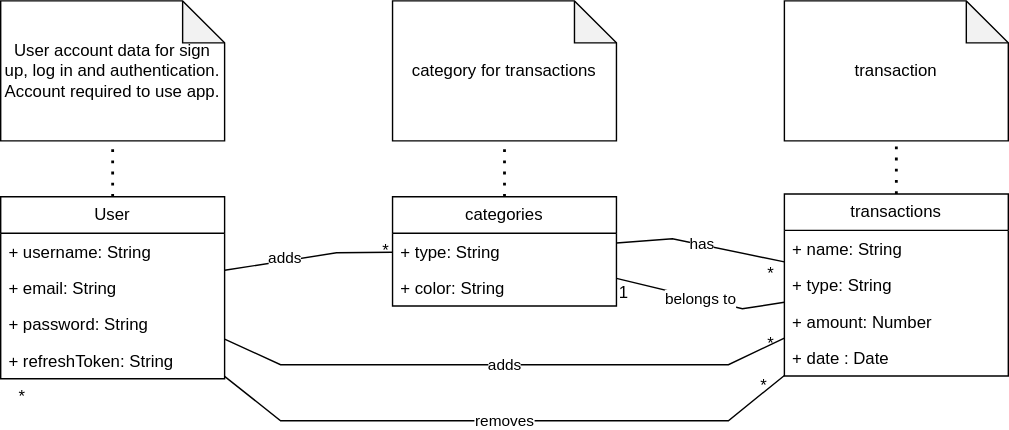
pucciorenzo/softengTesting keeps this draw.io diagram as diagrams/GlossaryV1.svg. Above is the earlier version. Source tidied: cells renumbered, new cells last; positions are measured from the earlier drawing's top-left corner, leaving out a move shared by most shapes. Source of this version:
```xml
<mxGraphModel>
  <root>
    <mxCell id="0" />
    <mxCell id="1" parent="0" />
    <mxCell id="2" value="User" style="swimlane;fontStyle=0;horizontal=1;startSize=26;fillColor=none;whiteSpace=wrap;html=1;" parent="1" vertex="1">
      <mxGeometry y="140" width="160" height="130" as="geometry" />
    </mxCell>
    <mxCell id="3" value="+ username: String" style="text;strokeColor=none;fillColor=none;align=left;verticalAlign=top;spacingLeft=4;spacingRight=4;overflow=hidden;whiteSpace=wrap;html=1;" parent="2" vertex="1">
      <mxGeometry y="26" width="160" height="26" as="geometry" />
    </mxCell>
    <mxCell id="4" value="+ email: String" style="text;strokeColor=none;fillColor=none;align=left;verticalAlign=top;spacingLeft=4;spacingRight=4;overflow=hidden;whiteSpace=wrap;html=1;" parent="2" vertex="1">
      <mxGeometry y="52" width="160" height="26" as="geometry" />
    </mxCell>
    <mxCell id="5" value="+ password: String" style="text;strokeColor=none;fillColor=none;align=left;verticalAlign=top;spacingLeft=4;spacingRight=4;overflow=hidden;whiteSpace=wrap;html=1;" parent="2" vertex="1">
      <mxGeometry y="78" width="160" height="26" as="geometry" />
    </mxCell>
    <mxCell id="6" value="+ refreshToken: String" style="text;strokeColor=none;fillColor=none;align=left;verticalAlign=top;spacingLeft=4;spacingRight=4;overflow=hidden;whiteSpace=wrap;html=1;" parent="2" vertex="1">
      <mxGeometry y="104" width="160" height="26" as="geometry" />
    </mxCell>
    <mxCell id="7" value="categories" style="swimlane;fontStyle=0;horizontal=1;startSize=26;fillColor=none;whiteSpace=wrap;html=1;" parent="1" vertex="1">
      <mxGeometry x="280" y="140" width="160" height="78" as="geometry" />
    </mxCell>
    <mxCell id="8" value="+ type: String" style="text;strokeColor=none;fillColor=none;align=left;verticalAlign=top;spacingLeft=4;spacingRight=4;overflow=hidden;whiteSpace=wrap;html=1;" parent="7" vertex="1">
      <mxGeometry y="26" width="160" height="26" as="geometry" />
    </mxCell>
    <mxCell id="9" value="+ color: String" style="text;strokeColor=none;fillColor=none;align=left;verticalAlign=top;spacingLeft=4;spacingRight=4;overflow=hidden;whiteSpace=wrap;html=1;" parent="7" vertex="1">
      <mxGeometry y="52" width="160" height="26" as="geometry" />
    </mxCell>
    <mxCell id="10" value="transactions" style="swimlane;fontStyle=0;horizontal=1;startSize=26;fillColor=none;whiteSpace=wrap;html=1;" parent="1" vertex="1">
      <mxGeometry x="560" y="138" width="160" height="130" as="geometry" />
    </mxCell>
    <mxCell id="11" value="+ name: String" style="text;strokeColor=none;fillColor=none;align=left;verticalAlign=top;spacingLeft=4;spacingRight=4;overflow=hidden;whiteSpace=wrap;html=1;" parent="10" vertex="1">
      <mxGeometry y="26" width="160" height="26" as="geometry" />
    </mxCell>
    <mxCell id="12" value="+ type: String" style="text;strokeColor=none;fillColor=none;align=left;verticalAlign=top;spacingLeft=4;spacingRight=4;overflow=hidden;whiteSpace=wrap;html=1;" parent="10" vertex="1">
      <mxGeometry y="52" width="160" height="26" as="geometry" />
    </mxCell>
    <mxCell id="13" value="+ amount: Number" style="text;strokeColor=none;fillColor=none;align=left;verticalAlign=top;spacingLeft=4;spacingRight=4;overflow=hidden;whiteSpace=wrap;html=1;" parent="10" vertex="1">
      <mxGeometry y="78" width="160" height="26" as="geometry" />
    </mxCell>
    <mxCell id="14" value="+ date : Date" style="text;strokeColor=none;fillColor=none;align=left;verticalAlign=top;spacingLeft=4;spacingRight=4;overflow=hidden;whiteSpace=wrap;html=1;" parent="10" vertex="1">
      <mxGeometry y="104" width="160" height="26" as="geometry" />
    </mxCell>
    <mxCell id="15" value="User account data for sign up, log in and authentication. Account required to use app." style="shape=note;whiteSpace=wrap;html=1;backgroundOutline=1;darkOpacity=0.05;" parent="1" vertex="1">
      <mxGeometry width="160" height="100" as="geometry" />
    </mxCell>
    <mxCell id="16" style="endArrow=none;dashed=1;html=1;dashPattern=1 3;strokeWidth=2;rounded=0;" parent="1" edge="1" source="2" target="15">
      <mxGeometry relative="1" as="geometry" />
    </mxCell>
    <mxCell id="17" value="category for transactions" style="shape=note;whiteSpace=wrap;html=1;backgroundOutline=1;darkOpacity=0.05;" parent="1" vertex="1">
      <mxGeometry x="280" width="160" height="100" as="geometry" />
    </mxCell>
    <mxCell id="18" value="transaction" style="shape=note;whiteSpace=wrap;html=1;backgroundOutline=1;darkOpacity=0.05;" parent="1" vertex="1">
      <mxGeometry x="560" width="160" height="100" as="geometry" />
    </mxCell>
    <mxCell id="19" style="endArrow=none;dashed=1;html=1;dashPattern=1 3;strokeWidth=2;rounded=0;" parent="1" edge="1" source="7" target="17">
      <mxGeometry relative="1" as="geometry" />
    </mxCell>
    <mxCell id="20" style="endArrow=none;dashed=1;html=1;dashPattern=1 3;strokeWidth=2;rounded=0;" parent="1" edge="1" source="10" target="18">
      <mxGeometry relative="1" as="geometry" />
    </mxCell>
    <mxCell id="21" style="endArrow=none;html=1;rounded=0;" parent="1" edge="1" source="2" target="7">
      <mxGeometry relative="1" as="geometry">
        <Array as="points">
          <mxPoint x="240" y="180" />
        </Array>
      </mxGeometry>
    </mxCell>
    <mxCell id="22" value="adds" style="edgeLabel;html=1;align=center;verticalAlign=middle;" parent="21" vertex="1">
      <mxGeometry x="-0.27" y="2" relative="1" as="geometry" />
    </mxCell>
    <mxCell id="23" value="adds" style="endArrow=none;html=1;rounded=0;" parent="1" edge="1" source="2" target="10">
      <mxGeometry relative="1" as="geometry">
        <Array as="points">
          <mxPoint x="200" y="260" />
          <mxPoint x="520" y="260" />
        </Array>
      </mxGeometry>
    </mxCell>
    <mxCell id="24" value="*" style="text;html=1;align=center;verticalAlign=middle;strokeColor=none;fillColor=none;" parent="1" vertex="1">
      <mxGeometry x="260" y="164" width="30" height="30" as="geometry" />
    </mxCell>
    <mxCell id="25" value="*" style="text;html=1;align=center;verticalAlign=middle;strokeColor=none;fillColor=none;" parent="1" vertex="1">
      <mxGeometry x="535" y="230" width="30" height="30" as="geometry" />
    </mxCell>
    <mxCell id="26" value="removes" style="endArrow=none;html=1;rounded=0;" parent="1" edge="1" source="2" target="10">
      <mxGeometry relative="1" as="geometry">
        <Array as="points">
          <mxPoint x="200" y="300" />
          <mxPoint x="520" y="300" />
        </Array>
      </mxGeometry>
    </mxCell>
    <mxCell id="27" value="*" style="text;html=1;align=center;verticalAlign=middle;strokeColor=none;fillColor=none;" parent="1" vertex="1">
      <mxGeometry x="530" y="260" width="30" height="30" as="geometry" />
    </mxCell>
    <mxCell id="28" value="belongs to" style="endArrow=none;html=1;rounded=0;" parent="1" edge="1" source="10" target="7">
      <mxGeometry relative="1" as="geometry">
        <Array as="points">
          <mxPoint x="530" y="220" />
        </Array>
      </mxGeometry>
    </mxCell>
    <mxCell id="29" value="1" style="text;html=1;align=center;verticalAlign=middle;strokeColor=none;fillColor=none;" parent="1" vertex="1">
      <mxGeometry x="430" y="194" width="30" height="30" as="geometry" />
    </mxCell>
    <mxCell id="30" value="has" style="endArrow=none;html=1;rounded=0;" parent="1" edge="1" source="7" target="10">
      <mxGeometry relative="1" as="geometry">
        <Array as="points">
          <mxPoint x="480" y="170" />
        </Array>
      </mxGeometry>
    </mxCell>
    <mxCell id="31" value="*" style="text;html=1;align=center;verticalAlign=middle;strokeColor=none;fillColor=none;" parent="1" vertex="1">
      <mxGeometry x="535" y="180" width="30" height="30" as="geometry" />
    </mxCell>
    <mxCell id="32" value="*" style="text;html=1;align=center;verticalAlign=middle;strokeColor=none;fillColor=none;" parent="1" vertex="1">
      <mxGeometry y="268" width="30" height="30" as="geometry" />
    </mxCell>
  </root>
</mxGraphModel>
```
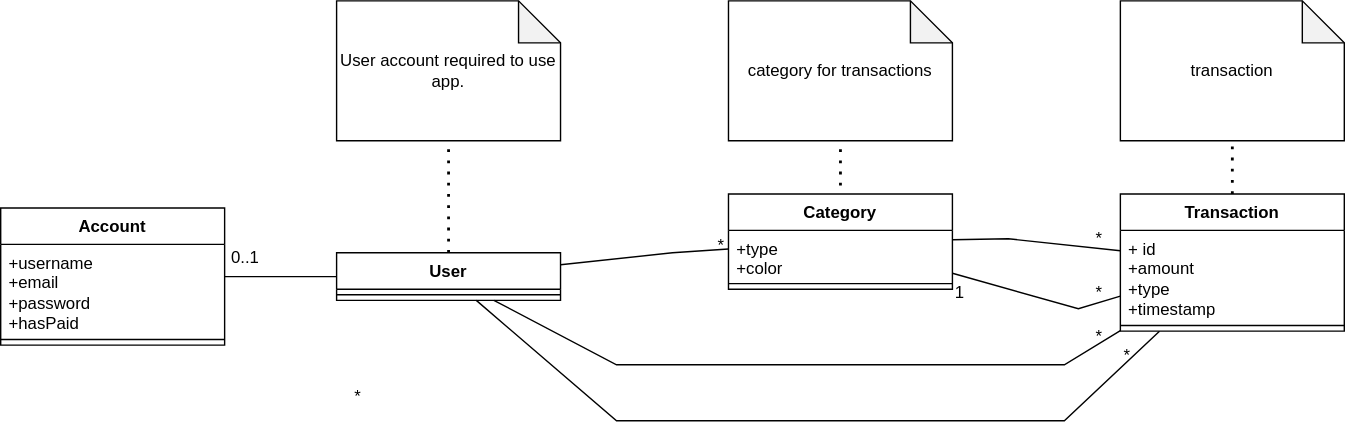
Later version of the same file.

What changed in the source:
```diff
@@ -2,120 +2,124 @@
   <root>
     <mxCell id="0" />
     <mxCell id="1" parent="0" />
-    <mxCell id="2" value="User" style="swimlane;fontStyle=0;horizontal=1;startSize=26;fillColor=none;whiteSpace=wrap;html=1;" parent="1" vertex="1">
-      <mxGeometry y="140" width="160" height="130" as="geometry" />
-    </mxCell>
-    <mxCell id="3" value="+ username: String" style="text;strokeColor=none;fillColor=none;align=left;verticalAlign=top;spacingLeft=4;spacingRight=4;overflow=hidden;whiteSpace=wrap;html=1;" parent="2" vertex="1">
-      <mxGeometry y="26" width="160" height="26" as="geometry" />
-    </mxCell>
-    <mxCell id="4" value="+ email: String" style="text;strokeColor=none;fillColor=none;align=left;verticalAlign=top;spacingLeft=4;spacingRight=4;overflow=hidden;whiteSpace=wrap;html=1;" parent="2" vertex="1">
-      <mxGeometry y="52" width="160" height="26" as="geometry" />
-    </mxCell>
-    <mxCell id="5" value="+ password: String" style="text;strokeColor=none;fillColor=none;align=left;verticalAlign=top;spacingLeft=4;spacingRight=4;overflow=hidden;whiteSpace=wrap;html=1;" parent="2" vertex="1">
-      <mxGeometry y="78" width="160" height="26" as="geometry" />
-    </mxCell>
-    <mxCell id="6" value="+ refreshToken: String" style="text;strokeColor=none;fillColor=none;align=left;verticalAlign=top;spacingLeft=4;spacingRight=4;overflow=hidden;whiteSpace=wrap;html=1;" parent="2" vertex="1">
-      <mxGeometry y="104" width="160" height="26" as="geometry" />
-    </mxCell>
-    <mxCell id="7" value="categories" style="swimlane;fontStyle=0;horizontal=1;startSize=26;fillColor=none;whiteSpace=wrap;html=1;" parent="1" vertex="1">
-      <mxGeometry x="280" y="140" width="160" height="78" as="geometry" />
-    </mxCell>
-    <mxCell id="8" value="+ type: String" style="text;strokeColor=none;fillColor=none;align=left;verticalAlign=top;spacingLeft=4;spacingRight=4;overflow=hidden;whiteSpace=wrap;html=1;" parent="7" vertex="1">
-      <mxGeometry y="26" width="160" height="26" as="geometry" />
-    </mxCell>
-    <mxCell id="9" value="+ color: String" style="text;strokeColor=none;fillColor=none;align=left;verticalAlign=top;spacingLeft=4;spacingRight=4;overflow=hidden;whiteSpace=wrap;html=1;" parent="7" vertex="1">
-      <mxGeometry y="52" width="160" height="26" as="geometry" />
-    </mxCell>
-    <mxCell id="10" value="transactions" style="swimlane;fontStyle=0;horizontal=1;startSize=26;fillColor=none;whiteSpace=wrap;html=1;" parent="1" vertex="1">
-      <mxGeometry x="560" y="138" width="160" height="130" as="geometry" />
-    </mxCell>
-    <mxCell id="11" value="+ name: String" style="text;strokeColor=none;fillColor=none;align=left;verticalAlign=top;spacingLeft=4;spacingRight=4;overflow=hidden;whiteSpace=wrap;html=1;" parent="10" vertex="1">
-      <mxGeometry y="26" width="160" height="26" as="geometry" />
-    </mxCell>
-    <mxCell id="12" value="+ type: String" style="text;strokeColor=none;fillColor=none;align=left;verticalAlign=top;spacingLeft=4;spacingRight=4;overflow=hidden;whiteSpace=wrap;html=1;" parent="10" vertex="1">
-      <mxGeometry y="52" width="160" height="26" as="geometry" />
-    </mxCell>
-    <mxCell id="13" value="+ amount: Number" style="text;strokeColor=none;fillColor=none;align=left;verticalAlign=top;spacingLeft=4;spacingRight=4;overflow=hidden;whiteSpace=wrap;html=1;" parent="10" vertex="1">
-      <mxGeometry y="78" width="160" height="26" as="geometry" />
-    </mxCell>
-    <mxCell id="14" value="+ date : Date" style="text;strokeColor=none;fillColor=none;align=left;verticalAlign=top;spacingLeft=4;spacingRight=4;overflow=hidden;whiteSpace=wrap;html=1;" parent="10" vertex="1">
-      <mxGeometry y="104" width="160" height="26" as="geometry" />
-    </mxCell>
-    <mxCell id="15" value="User account data for sign up, log in and authentication. Account required to use app." style="shape=note;whiteSpace=wrap;html=1;backgroundOutline=1;darkOpacity=0.05;" parent="1" vertex="1">
-      <mxGeometry width="160" height="100" as="geometry" />
-    </mxCell>
-    <mxCell id="16" style="endArrow=none;dashed=1;html=1;dashPattern=1 3;strokeWidth=2;rounded=0;" parent="1" edge="1" source="2" target="15">
-      <mxGeometry relative="1" as="geometry" />
-    </mxCell>
+    <mxCell id="33" value="User account required to use app." style="shape=note;whiteSpace=wrap;html=1;backgroundOutline=1;darkOpacity=0.05;" parent="1" vertex="1">
+      <mxGeometry width="160" height="100" as="geometry" />
+    </mxCell>
+    <mxCell id="34" style="endArrow=none;dashed=1;html=1;dashPattern=1 3;strokeWidth=2;rounded=0;" parent="1" edge="1" source="2" target="33">
+      <mxGeometry relative="1" as="geometry" />
+    </mxCell>
     <mxCell id="17" value="category for transactions" style="shape=note;whiteSpace=wrap;html=1;backgroundOutline=1;darkOpacity=0.05;" parent="1" vertex="1">
       <mxGeometry x="280" width="160" height="100" as="geometry" />
     </mxCell>
     <mxCell id="18" value="transaction" style="shape=note;whiteSpace=wrap;html=1;backgroundOutline=1;darkOpacity=0.05;" parent="1" vertex="1">
       <mxGeometry x="560" width="160" height="100" as="geometry" />
     </mxCell>
-    <mxCell id="19" style="endArrow=none;dashed=1;html=1;dashPattern=1 3;strokeWidth=2;rounded=0;" parent="1" edge="1" source="7" target="17">
-      <mxGeometry relative="1" as="geometry" />
-    </mxCell>
-    <mxCell id="20" style="endArrow=none;dashed=1;html=1;dashPattern=1 3;strokeWidth=2;rounded=0;" parent="1" edge="1" source="10" target="18">
-      <mxGeometry relative="1" as="geometry" />
-    </mxCell>
-    <mxCell id="21" style="endArrow=none;html=1;rounded=0;" parent="1" edge="1" source="2" target="7">
-      <mxGeometry relative="1" as="geometry">
-        <Array as="points">
-          <mxPoint x="240" y="180" />
-        </Array>
-      </mxGeometry>
-    </mxCell>
-    <mxCell id="22" value="adds" style="edgeLabel;html=1;align=center;verticalAlign=middle;" parent="21" vertex="1">
-      <mxGeometry x="-0.27" y="2" relative="1" as="geometry" />
-    </mxCell>
-    <mxCell id="23" value="adds" style="endArrow=none;html=1;rounded=0;" parent="1" edge="1" source="2" target="10">
-      <mxGeometry relative="1" as="geometry">
-        <Array as="points">
-          <mxPoint x="200" y="260" />
-          <mxPoint x="520" y="260" />
-        </Array>
-      </mxGeometry>
-    </mxCell>
-    <mxCell id="24" value="*" style="text;html=1;align=center;verticalAlign=middle;strokeColor=none;fillColor=none;" parent="1" vertex="1">
-      <mxGeometry x="260" y="164" width="30" height="30" as="geometry" />
-    </mxCell>
-    <mxCell id="25" value="*" style="text;html=1;align=center;verticalAlign=middle;strokeColor=none;fillColor=none;" parent="1" vertex="1">
-      <mxGeometry x="535" y="230" width="30" height="30" as="geometry" />
-    </mxCell>
-    <mxCell id="26" value="removes" style="endArrow=none;html=1;rounded=0;" parent="1" edge="1" source="2" target="10">
-      <mxGeometry relative="1" as="geometry">
-        <Array as="points">
-          <mxPoint x="200" y="300" />
-          <mxPoint x="520" y="300" />
-        </Array>
-      </mxGeometry>
-    </mxCell>
-    <mxCell id="27" value="*" style="text;html=1;align=center;verticalAlign=middle;strokeColor=none;fillColor=none;" parent="1" vertex="1">
-      <mxGeometry x="530" y="260" width="30" height="30" as="geometry" />
-    </mxCell>
-    <mxCell id="28" value="belongs to" style="endArrow=none;html=1;rounded=0;" parent="1" edge="1" source="10" target="7">
-      <mxGeometry relative="1" as="geometry">
-        <Array as="points">
-          <mxPoint x="530" y="220" />
-        </Array>
-      </mxGeometry>
-    </mxCell>
+    <mxCell id="35" style="endArrow=none;dashed=1;html=1;dashPattern=1 3;strokeWidth=2;rounded=0;" parent="1" edge="1" target="17">
+      <mxGeometry relative="1" as="geometry">
+        <mxPoint x="360" y="140" as="sourcePoint" />
+      </mxGeometry>
+    </mxCell>
+    <mxCell id="36" style="endArrow=none;dashed=1;html=1;dashPattern=1 3;strokeWidth=2;rounded=0;" parent="1" edge="1" target="18">
+      <mxGeometry relative="1" as="geometry">
+        <mxPoint x="640" y="138" as="sourcePoint" />
+      </mxGeometry>
+    </mxCell>
+    <mxCell id="37" style="endArrow=none;html=1;rounded=0;" parent="1" edge="1" source="2" target="49">
+      <mxGeometry relative="1" as="geometry">
+        <Array as="points">
+          <mxPoint x="240" y="180" />
+        </Array>
+      </mxGeometry>
+    </mxCell>
+    <mxCell id="38" style="endArrow=none;html=1;rounded=0;" parent="1" edge="1" source="2" target="52">
+      <mxGeometry relative="1" as="geometry">
+        <Array as="points">
+          <mxPoint x="200" y="260" />
+          <mxPoint x="520" y="260" />
+        </Array>
+      </mxGeometry>
+    </mxCell>
+    <mxCell id="39" style="endArrow=none;html=1;rounded=0;" parent="1" edge="1" source="2" target="52">
+      <mxGeometry relative="1" as="geometry">
+        <Array as="points">
+          <mxPoint x="200" y="300" />
+          <mxPoint x="520" y="300" />
+        </Array>
+      </mxGeometry>
+    </mxCell>
+    <mxCell id="40" style="endArrow=none;html=1;rounded=0;" parent="1" edge="1" source="52" target="49">
+      <mxGeometry relative="1" as="geometry">
+        <Array as="points">
+          <mxPoint x="530" y="220" />
+        </Array>
+      </mxGeometry>
+    </mxCell>
     <mxCell id="29" value="1" style="text;html=1;align=center;verticalAlign=middle;strokeColor=none;fillColor=none;" parent="1" vertex="1">
       <mxGeometry x="430" y="194" width="30" height="30" as="geometry" />
     </mxCell>
-    <mxCell id="30" value="has" style="endArrow=none;html=1;rounded=0;" parent="1" edge="1" source="7" target="10">
-      <mxGeometry relative="1" as="geometry">
-        <Array as="points">
-          <mxPoint x="480" y="170" />
-        </Array>
-      </mxGeometry>
-    </mxCell>
-    <mxCell id="31" value="*" style="text;html=1;align=center;verticalAlign=middle;strokeColor=none;fillColor=none;" parent="1" vertex="1">
-      <mxGeometry x="535" y="180" width="30" height="30" as="geometry" />
-    </mxCell>
-    <mxCell id="32" value="*" style="text;html=1;align=center;verticalAlign=middle;strokeColor=none;fillColor=none;" parent="1" vertex="1">
-      <mxGeometry y="268" width="30" height="30" as="geometry" />
-    </mxCell>
+    <mxCell id="41" style="endArrow=none;html=1;rounded=0;" parent="1" edge="1" source="49" target="52">
+      <mxGeometry relative="1" as="geometry">
+        <Array as="points">
+          <mxPoint x="480" y="170" />
+        </Array>
+      </mxGeometry>
+    </mxCell>
+    <mxCell id="42" value="*" style="text;html=1;align=center;verticalAlign=middle;strokeColor=none;fillColor=none;" parent="1" vertex="1">
+      <mxGeometry y="268" width="30" height="30" as="geometry" />
+    </mxCell>
+    <mxCell id="2" value="User" style="swimlane;fontStyle=1;align=center;verticalAlign=top;horizontal=1;startSize=26;whiteSpace=wrap;html=1;" parent="1" vertex="1">
+      <mxGeometry y="180" width="160" height="34" as="geometry" />
+    </mxCell>
+    <mxCell id="43" style="line;strokeWidth=1;fillColor=none;align=left;verticalAlign=middle;spacingTop=-1;spacingLeft=3;spacingRight=3;labelPosition=right;strokeColor=inherit;" parent="2" vertex="1">
+      <mxGeometry y="26" width="160" height="8" as="geometry" />
+    </mxCell>
+    <mxCell id="44" value="Account" style="swimlane;fontStyle=1;align=center;verticalAlign=top;horizontal=1;startSize=26;whiteSpace=wrap;html=1;" parent="1" vertex="1">
+      <mxGeometry x="-240" y="148" width="160" height="98" as="geometry" />
+    </mxCell>
+    <mxCell id="45" value="+username&lt;br&gt;+email&lt;br&gt;+password&lt;br&gt;+hasPaid" style="text;strokeColor=none;fillColor=none;align=left;verticalAlign=top;spacingLeft=4;spacingRight=4;overflow=hidden;whiteSpace=wrap;html=1;" parent="44" vertex="1">
+      <mxGeometry y="26" width="160" height="64" as="geometry" />
+    </mxCell>
+    <mxCell id="46" style="line;strokeWidth=1;fillColor=none;align=left;verticalAlign=middle;spacingTop=-1;spacingLeft=3;spacingRight=3;labelPosition=right;strokeColor=inherit;" parent="44" vertex="1">
+      <mxGeometry y="90" width="160" height="8" as="geometry" />
+    </mxCell>
+    <mxCell id="47" style="endArrow=none;html=1;rounded=0;" parent="1" edge="1" source="44" target="2">
+      <mxGeometry relative="1" as="geometry" />
+    </mxCell>
+    <mxCell id="48" value="0..1" style="text;html=1;strokeColor=none;fillColor=none;align=center;verticalAlign=middle;whiteSpace=wrap;rounded=0;" parent="1" vertex="1">
+      <mxGeometry x="-80" y="174" width="30" height="20" as="geometry" />
+    </mxCell>
+    <mxCell id="49" value="Category" style="swimlane;fontStyle=1;align=center;verticalAlign=top;horizontal=1;startSize=26;whiteSpace=wrap;html=1;" parent="1" vertex="1">
+      <mxGeometry x="280" y="138" width="160" height="68" as="geometry" />
+    </mxCell>
+    <mxCell id="50" value="+type&lt;br&gt;+color" style="text;strokeColor=none;fillColor=none;align=left;verticalAlign=top;spacingLeft=4;spacingRight=4;overflow=hidden;whiteSpace=wrap;html=1;" parent="49" vertex="1">
+      <mxGeometry y="26" width="160" height="34" as="geometry" />
+    </mxCell>
+    <mxCell id="51" style="line;strokeWidth=1;fillColor=none;align=left;verticalAlign=middle;spacingTop=-1;spacingLeft=3;spacingRight=3;labelPosition=right;strokeColor=inherit;" parent="49" vertex="1">
+      <mxGeometry y="60" width="160" height="8" as="geometry" />
+    </mxCell>
+    <mxCell id="52" value="Transaction" style="swimlane;fontStyle=1;align=center;verticalAlign=top;horizontal=1;startSize=26;whiteSpace=wrap;html=1;" parent="1" vertex="1">
+      <mxGeometry x="560" y="138" width="160" height="98" as="geometry" />
+    </mxCell>
+    <mxCell id="53" value="+ id&lt;br&gt;+amount&lt;br&gt;+type&lt;br&gt;+timestamp" style="text;strokeColor=none;fillColor=none;align=left;verticalAlign=top;spacingLeft=4;spacingRight=4;overflow=hidden;whiteSpace=wrap;html=1;" parent="52" vertex="1">
+      <mxGeometry y="26" width="160" height="64" as="geometry" />
+    </mxCell>
+    <mxCell id="54" style="line;strokeWidth=1;fillColor=none;align=left;verticalAlign=middle;spacingTop=-1;spacingLeft=3;spacingRight=3;labelPosition=right;strokeColor=inherit;" parent="52" vertex="1">
+      <mxGeometry y="90" width="160" height="8" as="geometry" />
+    </mxCell>
+    <mxCell id="55" value="*" style="text;html=1;strokeColor=none;fillColor=none;align=center;verticalAlign=middle;whiteSpace=wrap;rounded=0;" parent="1" vertex="1">
+      <mxGeometry x="540" y="166" width="10" height="8" as="geometry" />
+    </mxCell>
+    <mxCell id="56" value="*" style="text;html=1;strokeColor=none;fillColor=none;align=center;verticalAlign=middle;whiteSpace=wrap;rounded=0;" parent="1" vertex="1">
+      <mxGeometry x="540" y="205" width="10" height="8" as="geometry" />
+    </mxCell>
+    <mxCell id="57" value="*" style="text;html=1;strokeColor=none;fillColor=none;align=center;verticalAlign=middle;whiteSpace=wrap;rounded=0;" parent="1" vertex="1">
+      <mxGeometry x="540" y="236" width="10" height="8" as="geometry" />
+    </mxCell>
+    <mxCell id="58" value="*" style="text;html=1;strokeColor=none;fillColor=none;align=center;verticalAlign=middle;whiteSpace=wrap;rounded=0;" parent="1" vertex="1">
+      <mxGeometry x="560" y="250" width="10" height="8" as="geometry" />
+    </mxCell>
+    <mxCell id="59" value="*" style="text;html=1;strokeColor=none;fillColor=none;align=center;verticalAlign=middle;whiteSpace=wrap;rounded=0;" parent="1" vertex="1">
+      <mxGeometry x="270" y="170" width="10" height="10" as="geometry" />
+    </mxCell>
   </root>
 </mxGraphModel>
```
